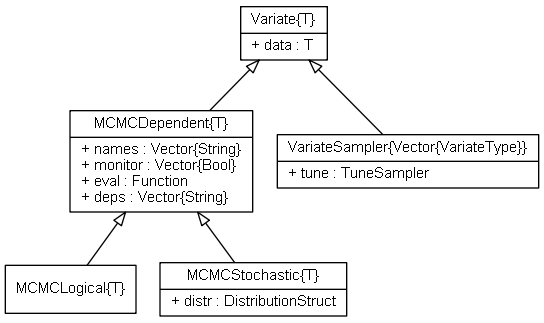
This is doc/images/variateUML.png from brian-j-smith/Mamba.jl, a Graphviz export, as it was before one commit. Its source is kept beside it as doc/images/variateUML.dot.
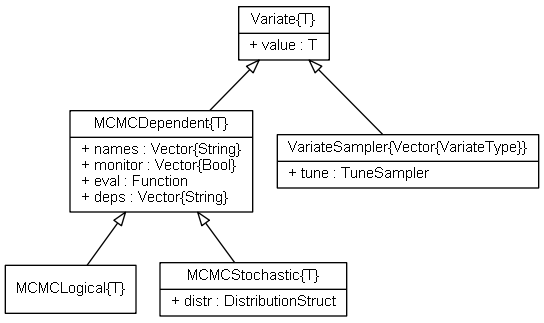
The same diagram one commit later.

Diff of the diagram source:
```diff
@@ -6,7 +6,7 @@
 
 	edge [fontname = "Helvetica", fontsize = 11, dir = back, arrowtail = empty]
 
-	Variate [label = "{Variate\{T\}|+ data : T\l}"]
+	Variate [label = "{Variate\{T\}|+ value : T\l}"]
 
 	MCMCDependent [label = "{MCMCDependent\{T\}|+ names : Vector\{String\}\l+ monitor : Vector\{Bool\}\l+ eval : Function\l+ deps : Vector\{String\}\l}"]
 
```
